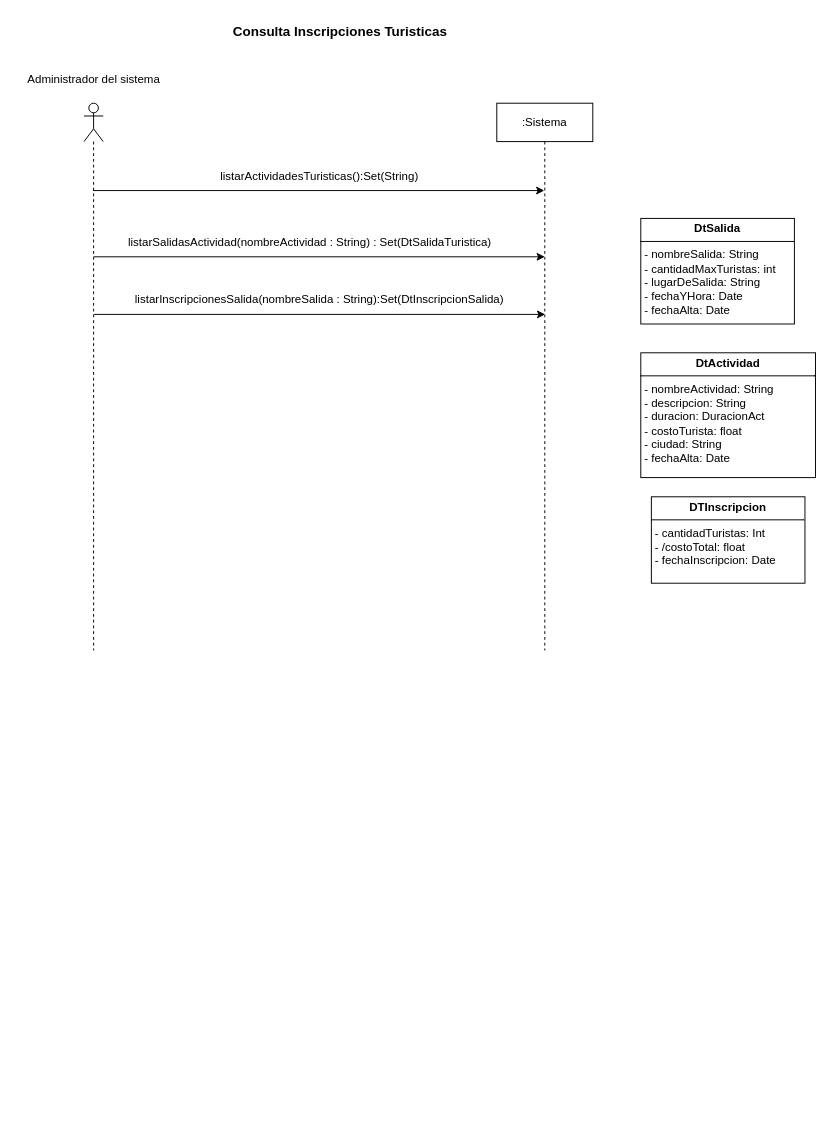
Before: page "CU9_ConsultaInscripcionesTuristicas" (9 of 11) of resources/Tarea1.drawio in rofernandezm/Tencnoinf_Pap2025_Tarea1, a draw.io diagram. Source tidied: cells renumbered, new cells numbered last; positions are measured from the earlier drawing's top-left corner, leaving out a move shared by most shapes. Both pictures are drawn from the tidied source at 96%, with x=0, y=0 at pixel (16, 16).
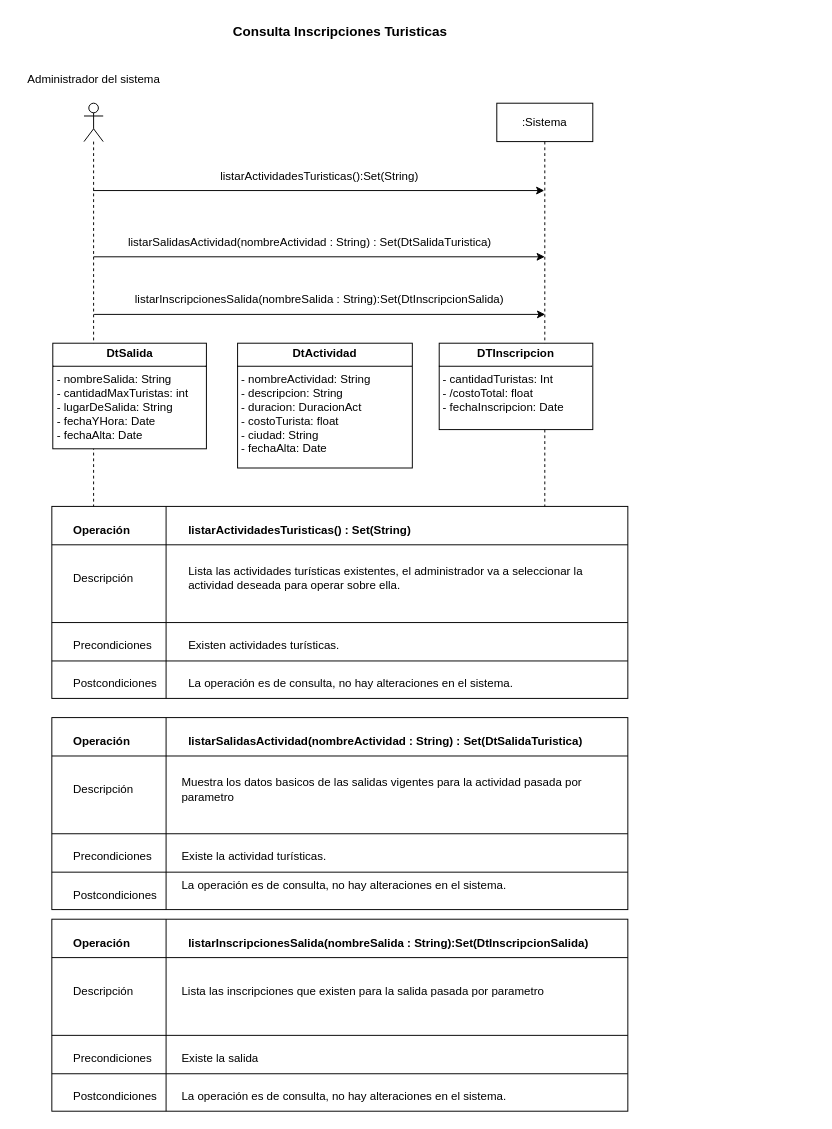
Above is the later version.

What changed in the source:
```diff
@@
     <mxCell id="6" value="&lt;p style=&quot;margin: 4px 0px 0px; text-align: center;&quot;&gt;&lt;b&gt;DtActividad&lt;/b&gt;&lt;/p&gt;&lt;hr style=&quot;border-style: solid;&quot; size=&quot;1&quot;&gt;&lt;p style=&quot;margin: 0px 0px 0px 4px;&quot;&gt;- nombreActividad: String&lt;/p&gt;&lt;p style=&quot;margin: 0px 0px 0px 4px;&quot;&gt;- descripcion: String&lt;/p&gt;&lt;p style=&quot;margin: 0px 0px 0px 4px;&quot;&gt;- duracion: DuracionAct&lt;/p&gt;&lt;p style=&quot;margin: 0px 0px 0px 4px;&quot;&gt;- costoTurista: float&lt;/p&gt;&lt;p style=&quot;margin: 0px 0px 0px 4px;&quot;&gt;- ciudad: String&lt;/p&gt;&lt;p style=&quot;margin: 0px 0px 0px 4px;&quot;&gt;- fechaAlta: Date&lt;/p&gt;" style="verticalAlign=top;align=left;overflow=fill;html=1;whiteSpace=wrap;" parent="1" vertex="1">
-      <mxGeometry x="650" y="350" width="182" height="130" as="geometry" />
+      <mxGeometry x="230" y="340" width="182" height="130" as="geometry" />
     </mxCell>
@@
     <mxCell id="11" value="&lt;p style=&quot;margin:0px;margin-top:4px;text-align:center;&quot;&gt;&lt;b&gt;DtSalida&lt;/b&gt;&lt;/p&gt;&lt;hr size=&quot;1&quot; style=&quot;border-style:solid;&quot;&gt;&lt;p style=&quot;margin:0px;margin-left:4px;&quot;&gt;- nombreSalida: String&lt;/p&gt;&lt;p style=&quot;margin:0px;margin-left:4px;&quot;&gt;- cantidadMaxTuristas: int&lt;/p&gt;&lt;p style=&quot;margin:0px;margin-left:4px;&quot;&gt;- lugarDeSalida: String&lt;/p&gt;&lt;p style=&quot;margin:0px;margin-left:4px;&quot;&gt;- fechaYHora: Date&lt;/p&gt;&lt;p style=&quot;margin:0px;margin-left:4px;&quot;&gt;- fechaAlta: Date&lt;/p&gt;" style="verticalAlign=top;align=left;overflow=fill;html=1;whiteSpace=wrap;" parent="1" vertex="1">
-      <mxGeometry x="650" y="210" width="160" height="110" as="geometry" />
+      <mxGeometry x="37.5" y="340" width="160" height="110" as="geometry" />
     </mxCell>
     <mxCell id="12" value="&lt;p style=&quot;margin:0px;margin-top:4px;text-align:center;&quot;&gt;&lt;b&gt;DTInscripcion&lt;/b&gt;&lt;/p&gt;&lt;hr size=&quot;1&quot; style=&quot;border-style:solid;&quot;&gt;&lt;p style=&quot;margin:0px;margin-left:4px;&quot;&gt;- cantidadTuristas: Int&lt;/p&gt;&lt;p style=&quot;margin:0px;margin-left:4px;&quot;&gt;- /costoTotal: float&lt;/p&gt;&lt;p style=&quot;margin:0px;margin-left:4px;&quot;&gt;- fechaInscripcion: Date&lt;/p&gt;" style="verticalAlign=top;align=left;overflow=fill;html=1;whiteSpace=wrap;" parent="1" vertex="1">
-      <mxGeometry x="661" y="500" width="160" height="90" as="geometry" />
+      <mxGeometry x="440" y="340" width="160" height="90" as="geometry" />
     </mxCell>
@@
+    <mxCell id="15" style="rounded=0;whiteSpace=wrap;html=1;" parent="1" vertex="1">
+      <mxGeometry x="36.5" y="510" width="600" height="200" as="geometry" />
+    </mxCell>
+    <mxCell id="16" style="endArrow=none;html=1;rounded=0;" parent="1" edge="1">
+      <mxGeometry relative="1" as="geometry">
+        <mxPoint x="36.5" y="550" as="sourcePoint" />
+        <mxPoint x="636.5" y="550" as="targetPoint" />
+      </mxGeometry>
+    </mxCell>
+    <mxCell id="17" style="endArrow=none;html=1;rounded=0;" parent="1" edge="1">
+      <mxGeometry relative="1" as="geometry">
+        <mxPoint x="36.5" y="631" as="sourcePoint" />
+        <mxPoint x="636.5" y="631" as="targetPoint" />
+      </mxGeometry>
+    </mxCell>
+    <mxCell id="18" style="endArrow=none;html=1;rounded=0;" parent="1" edge="1">
+      <mxGeometry relative="1" as="geometry">
+        <mxPoint x="36.5" y="671" as="sourcePoint" />
+        <mxPoint x="636.5" y="671" as="targetPoint" />
+      </mxGeometry>
+    </mxCell>
+    <mxCell id="19" style="endArrow=none;html=1;rounded=0;" parent="1" edge="1">
+      <mxGeometry relative="1" as="geometry">
+        <mxPoint x="155.5" y="710" as="sourcePoint" />
+        <mxPoint x="155.5" y="510" as="targetPoint" />
+      </mxGeometry>
+    </mxCell>
+    <mxCell id="20" value="Operación" style="text;html=1;align=left;verticalAlign=middle;whiteSpace=wrap;rounded=0;fontStyle=1;" parent="1" vertex="1">
+      <mxGeometry x="56.5" y="520" width="80" height="30" as="geometry" />
+    </mxCell>
+    <mxCell id="21" value="Descripción" style="text;html=1;align=left;verticalAlign=middle;whiteSpace=wrap;rounded=0;" parent="1" vertex="1">
+      <mxGeometry x="56.5" y="570" width="80" height="30" as="geometry" />
+    </mxCell>
+    <mxCell id="22" value="Precondiciones" style="text;html=1;align=left;verticalAlign=middle;whiteSpace=wrap;rounded=0;" parent="1" vertex="1">
+      <mxGeometry x="56.5" y="640" width="80" height="30" as="geometry" />
+    </mxCell>
+    <mxCell id="23" value="Postcondiciones" style="text;html=1;align=left;verticalAlign=middle;whiteSpace=wrap;rounded=0;" parent="1" vertex="1">
+      <mxGeometry x="56.5" y="680" width="80" height="30" as="geometry" />
+    </mxCell>
+    <mxCell id="24" value="listarActividadesTuristicas() :&amp;nbsp;&lt;span style=&quot;text-align: center; text-wrap-mode: nowrap;&quot;&gt;Set(String)&lt;/span&gt;" style="text;html=1;align=left;verticalAlign=middle;whiteSpace=wrap;rounded=0;fontStyle=1;" parent="1" vertex="1">
+      <mxGeometry x="176.5" y="520" width="340" height="30" as="geometry" />
+    </mxCell>
+    <mxCell id="25" value=" Lista las actividades turísticas  existentes, el administrador va a seleccionar la actividad deseada para operar sobre ella." style="text;html=1;align=left;verticalAlign=middle;whiteSpace=wrap;rounded=0;" parent="1" vertex="1">
+      <mxGeometry x="176.5" y="570" width="460" height="30" as="geometry" />
+    </mxCell>
+    <mxCell id="26" value=" Existen actividades turísticas." style="text;html=1;align=left;verticalAlign=middle;whiteSpace=wrap;rounded=0;" parent="1" vertex="1">
+      <mxGeometry x="176.5" y="640" width="460" height="30" as="geometry" />
+    </mxCell>
+    <mxCell id="27" value="La operación es de consulta, no hay alteraciones en el sistema.&amp;nbsp;" style="text;html=1;align=left;verticalAlign=middle;whiteSpace=wrap;rounded=0;" parent="1" vertex="1">
+      <mxGeometry x="176.5" y="680" width="460" height="30" as="geometry" />
+    </mxCell>
+    <mxCell id="28" style="rounded=0;whiteSpace=wrap;html=1;" parent="1" vertex="1">
+      <mxGeometry x="36.5" y="730" width="600" height="200" as="geometry" />
+    </mxCell>
+    <mxCell id="29" style="endArrow=none;html=1;rounded=0;" parent="1" edge="1">
+      <mxGeometry relative="1" as="geometry">
+        <mxPoint x="36.5" y="770" as="sourcePoint" />
+        <mxPoint x="636.5" y="770" as="targetPoint" />
+      </mxGeometry>
+    </mxCell>
+    <mxCell id="30" style="endArrow=none;html=1;rounded=0;" parent="1" edge="1">
+      <mxGeometry relative="1" as="geometry">
+        <mxPoint x="36.5" y="851" as="sourcePoint" />
+        <mxPoint x="636.5" y="851" as="targetPoint" />
+      </mxGeometry>
+    </mxCell>
+    <mxCell id="31" style="endArrow=none;html=1;rounded=0;" parent="1" edge="1">
+      <mxGeometry relative="1" as="geometry">
+        <mxPoint x="36.5" y="891" as="sourcePoint" />
+        <mxPoint x="636.5" y="891" as="targetPoint" />
+      </mxGeometry>
+    </mxCell>
+    <mxCell id="32" style="endArrow=none;html=1;rounded=0;" parent="1" edge="1">
+      <mxGeometry relative="1" as="geometry">
+        <mxPoint x="155.5" y="930" as="sourcePoint" />
+        <mxPoint x="155.5" y="730" as="targetPoint" />
+      </mxGeometry>
+    </mxCell>
+    <mxCell id="33" value="Operación" style="text;html=1;align=left;verticalAlign=middle;whiteSpace=wrap;rounded=0;fontStyle=1;" parent="1" vertex="1">
+      <mxGeometry x="56.5" y="740" width="80" height="30" as="geometry" />
+    </mxCell>
+    <mxCell id="34" value="Descripción" style="text;html=1;align=left;verticalAlign=middle;whiteSpace=wrap;rounded=0;" parent="1" vertex="1">
+      <mxGeometry x="56.5" y="790" width="80" height="30" as="geometry" />
+    </mxCell>
+    <mxCell id="35" value="Precondiciones" style="text;html=1;align=left;verticalAlign=middle;whiteSpace=wrap;rounded=0;" parent="1" vertex="1">
+      <mxGeometry x="56.5" y="860" width="80" height="30" as="geometry" />
+    </mxCell>
+    <mxCell id="36" value="Postcondiciones" style="text;html=1;align=left;verticalAlign=middle;whiteSpace=wrap;rounded=0;" parent="1" vertex="1">
+      <mxGeometry x="56.5" y="900" width="80" height="30" as="geometry" />
+    </mxCell>
+    <mxCell id="37" value="&lt;span style=&quot;text-align: center; text-wrap-mode: nowrap;&quot;&gt;listarSalidasActividad(nombreActividad : String) : Set(DtSalidaTuristica)&lt;/span&gt;" style="text;html=1;align=left;verticalAlign=middle;whiteSpace=wrap;rounded=0;fontStyle=1;" parent="1" vertex="1">
+      <mxGeometry x="176.5" y="740" width="340" height="30" as="geometry" />
+    </mxCell>
+    <mxCell id="38" style="rounded=0;whiteSpace=wrap;html=1;" parent="1" vertex="1">
+      <mxGeometry x="36.5" y="940" width="600" height="200" as="geometry" />
+    </mxCell>
+    <mxCell id="39" style="endArrow=none;html=1;rounded=0;" parent="1" edge="1">
+      <mxGeometry relative="1" as="geometry">
+        <mxPoint x="36.5" y="980" as="sourcePoint" />
+        <mxPoint x="636.5" y="980" as="targetPoint" />
+      </mxGeometry>
+    </mxCell>
+    <mxCell id="40" style="endArrow=none;html=1;rounded=0;" parent="1" edge="1">
+      <mxGeometry relative="1" as="geometry">
+        <mxPoint x="36.5" y="1061" as="sourcePoint" />
+        <mxPoint x="636.5" y="1061" as="targetPoint" />
+      </mxGeometry>
+    </mxCell>
+    <mxCell id="41" style="endArrow=none;html=1;rounded=0;" parent="1" edge="1">
+      <mxGeometry relative="1" as="geometry">
+        <mxPoint x="36.5" y="1101" as="sourcePoint" />
+        <mxPoint x="636.5" y="1101" as="targetPoint" />
+      </mxGeometry>
+    </mxCell>
+    <mxCell id="42" style="endArrow=none;html=1;rounded=0;" parent="1" edge="1">
+      <mxGeometry relative="1" as="geometry">
+        <mxPoint x="155.5" y="1140" as="sourcePoint" />
+        <mxPoint x="155.5" y="940" as="targetPoint" />
+      </mxGeometry>
+    </mxCell>
+    <mxCell id="43" value="Operación" style="text;html=1;align=left;verticalAlign=middle;whiteSpace=wrap;rounded=0;fontStyle=1;" parent="1" vertex="1">
+      <mxGeometry x="56.5" y="950" width="80" height="30" as="geometry" />
+    </mxCell>
+    <mxCell id="44" value="Descripción" style="text;html=1;align=left;verticalAlign=middle;whiteSpace=wrap;rounded=0;" parent="1" vertex="1">
+      <mxGeometry x="56.5" y="1000" width="80" height="30" as="geometry" />
+    </mxCell>
+    <mxCell id="45" value="Precondiciones" style="text;html=1;align=left;verticalAlign=middle;whiteSpace=wrap;rounded=0;" parent="1" vertex="1">
+      <mxGeometry x="56.5" y="1070" width="80" height="30" as="geometry" />
+    </mxCell>
+    <mxCell id="46" value="Postcondiciones" style="text;html=1;align=left;verticalAlign=middle;whiteSpace=wrap;rounded=0;" parent="1" vertex="1">
+      <mxGeometry x="56.5" y="1110" width="80" height="30" as="geometry" />
+    </mxCell>
+    <mxCell id="47" value="&lt;span style=&quot;text-align: center; text-wrap-mode: nowrap;&quot;&gt;listarInscripcionesSalida(nombreSalida : String):Set(DtInscripcionSalida)&lt;/span&gt;" style="text;html=1;align=left;verticalAlign=middle;whiteSpace=wrap;rounded=0;fontStyle=1;" parent="1" vertex="1">
+      <mxGeometry x="176.5" y="950" width="340" height="30" as="geometry" />
+    </mxCell>
+    <mxCell id="48" value="&lt;span style=&quot;text-align: center;&quot;&gt;Muestra los datos basicos de las salidas vigentes para la actividad pasada por parametro&lt;/span&gt;" style="text;html=1;align=left;verticalAlign=middle;whiteSpace=wrap;rounded=0;" parent="1" vertex="1">
+      <mxGeometry x="170" y="790" width="460" height="30" as="geometry" />
+    </mxCell>
+    <mxCell id="49" value=" Existe la actividad turísticas." style="text;html=1;align=left;verticalAlign=middle;whiteSpace=wrap;rounded=0;" parent="1" vertex="1">
+      <mxGeometry x="170" y="860" width="460" height="30" as="geometry" />
+    </mxCell>
+    <mxCell id="50" value="La operación es de consulta, no hay alteraciones en el sistema.&amp;nbsp;" style="text;html=1;align=left;verticalAlign=middle;whiteSpace=wrap;rounded=0;" parent="1" vertex="1">
+      <mxGeometry x="170" y="890" width="460" height="30" as="geometry" />
+    </mxCell>
+    <mxCell id="51" value="&lt;span style=&quot;text-align: center;&quot;&gt;Lista las inscripciones que existen para la salida pasada por parametro&lt;/span&gt;" style="text;html=1;align=left;verticalAlign=middle;whiteSpace=wrap;rounded=0;" parent="1" vertex="1">
+      <mxGeometry x="170" y="1000" width="460" height="30" as="geometry" />
+    </mxCell>
+    <mxCell id="52" value=" Existe la salida" style="text;html=1;align=left;verticalAlign=middle;whiteSpace=wrap;rounded=0;" parent="1" vertex="1">
+      <mxGeometry x="170" y="1070" width="460" height="30" as="geometry" />
+    </mxCell>
+    <mxCell id="53" value="La operación es de consulta, no hay alteraciones en el sistema.&amp;nbsp;" style="text;html=1;align=left;verticalAlign=middle;whiteSpace=wrap;rounded=0;" parent="1" vertex="1">
+      <mxGeometry x="170" y="1110" width="460" height="30" as="geometry" />
+    </mxCell>
```
